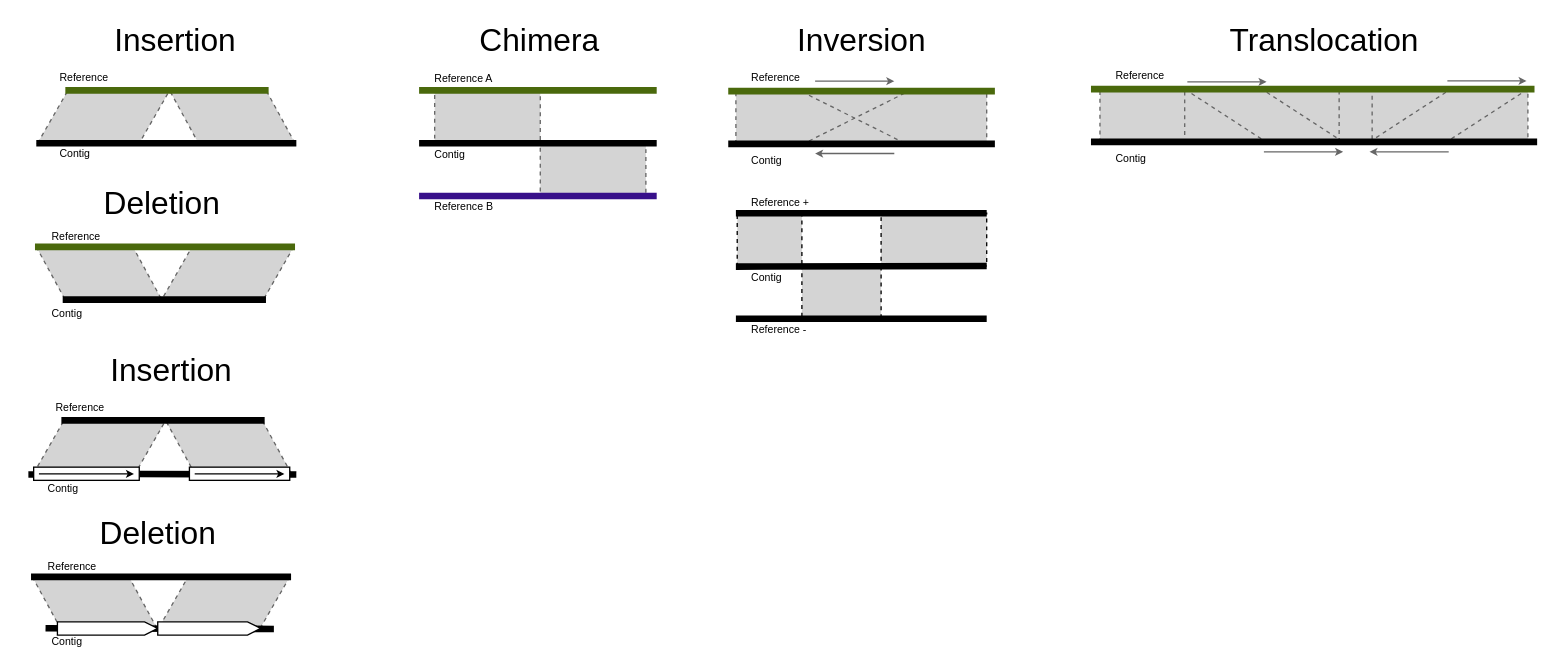
Earlier version of the draw.io diagram docs/resources/misassembly.drawio (B-UMMI/LMAS). Source tidied: cells renumbered, new cells numbered last; positions are measured from the earlier drawing's top-left corner, leaving out a move shared by most shapes. Both pictures are drawn from the tidied source at 132%, with x=0, y=0 at pixel (22, 28).
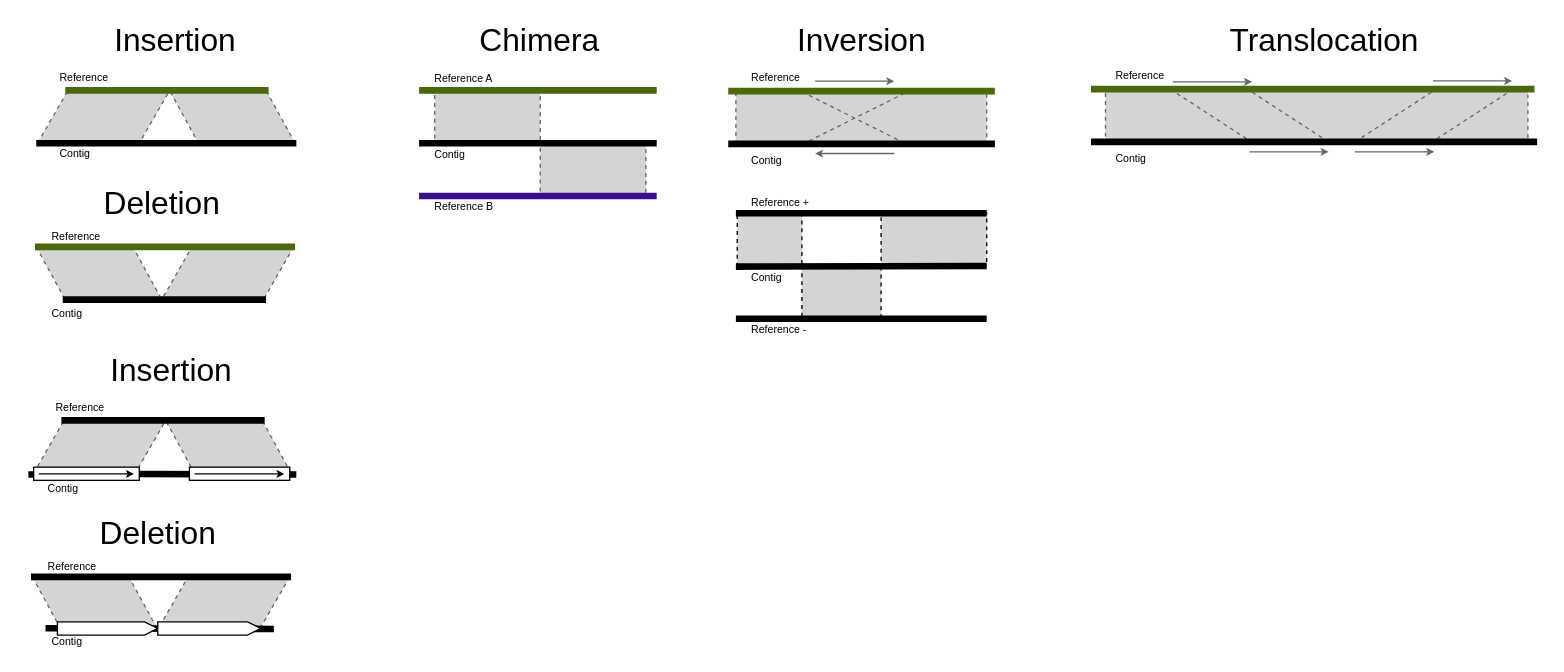
The same diagram, later.

The edit, as a diff of the source:
```diff
@@
     <mxCell id="2" style="rounded=0;whiteSpace=wrap;html=1;dashed=1;fontSize=8;strokeWidth=1;fillColor=#D4D4D4;align=left;strokeColor=#666666;" parent="1" vertex="1">
-      <mxGeometry x="831.5" y="46" width="308.5" height="40" as="geometry" />
+      <mxGeometry x="820" y="46" width="320" height="40" as="geometry" />
     </mxCell>
-    <mxCell id="3" style="rounded=0;whiteSpace=wrap;html=1;dashed=1;fontSize=8;strokeWidth=1;fillColor=#D4D4D4;align=left;strokeColor=#666666;" parent="1" vertex="1">
-      <mxGeometry x="997" y="46" width="25" height="40" as="geometry" />
-    </mxCell>
     <mxCell id="4" style="shape=parallelogram;html=1;strokeWidth=1;perimeter=parallelogramPerimeter;whiteSpace=wrap;rounded=0;arcSize=12;size=0.5131578947368421;direction=west;flipV=1;fontColor=#333333;dashed=1;fillColor=#D4D4D4;strokeColor=#666666;flipH=1;" parent="1" vertex="1">
-      <mxGeometry x="1020" y="46" width="120" height="40" as="geometry" />
+      <mxGeometry x="1009" y="46" width="120" height="40" as="geometry" />
     </mxCell>
-    <mxCell id="5" style="rounded=0;whiteSpace=wrap;html=1;dashed=1;fontSize=8;strokeWidth=1;fillColor=#D4D4D4;align=left;strokeColor=#666666;" parent="1" vertex="1">
-      <mxGeometry x="815.8" y="46" width="64.2" height="40" as="geometry" />
-    </mxCell>
     <mxCell id="6" style="shape=parallelogram;html=1;strokeWidth=1;perimeter=parallelogramPerimeter;whiteSpace=wrap;rounded=0;arcSize=12;size=0.5131578947368421;direction=west;flipV=1;fontColor=#333333;dashed=1;fillColor=#D4D4D4;strokeColor=#666666;" parent="1" vertex="1">
-      <mxGeometry x="880" y="46" width="120" height="40" as="geometry" />
+      <mxGeometry x="869" y="46" width="120" height="40" as="geometry" />
     </mxCell>
@@
     <mxCell id="79" style="endArrow=classic;html=1;endSize=3;strokeColor=#666666;" parent="1" edge="1">
       <mxGeometry relative="1" as="geometry">
-        <mxPoint x="882" y="40.5" as="sourcePoint" />
-        <mxPoint x="942" y="40.5" as="targetPoint" />
+        <mxPoint x="871" y="40.5" as="sourcePoint" />
+        <mxPoint x="931" y="40.5" as="targetPoint" />
       </mxGeometry>
     </mxCell>
     <mxCell id="80" style="endArrow=classic;html=1;endSize=3;strokeColor=#666666;" parent="1" edge="1">
       <mxGeometry relative="1" as="geometry">
-        <mxPoint x="940" y="93.5" as="sourcePoint" />
-        <mxPoint x="1000" y="93.5" as="targetPoint" />
+        <mxPoint x="929" y="93.5" as="sourcePoint" />
+        <mxPoint x="989" y="93.5" as="targetPoint" />
       </mxGeometry>
     </mxCell>
     <mxCell id="81" style="endArrow=classic;html=1;endSize=3;strokeColor=#666666;" parent="1" edge="1">
       <mxGeometry relative="1" as="geometry">
-        <mxPoint x="1080" y="93.5" as="sourcePoint" />
-        <mxPoint x="1020" y="93.5" as="targetPoint" />
+        <mxPoint x="1009" y="93.5" as="sourcePoint" />
+        <mxPoint x="1069" y="93.5" as="targetPoint" />
       </mxGeometry>
     </mxCell>
     <mxCell id="82" style="endArrow=classic;html=1;endSize=3;strokeColor=#666666;" parent="1" edge="1">
       <mxGeometry relative="1" as="geometry">
-        <mxPoint x="1079" y="39.8" as="sourcePoint" />
-        <mxPoint x="1139" y="39.8" as="targetPoint" />
+        <mxPoint x="1068" y="39.8" as="sourcePoint" />
+        <mxPoint x="1128" y="39.8" as="targetPoint" />
       </mxGeometry>
     </mxCell>
```
